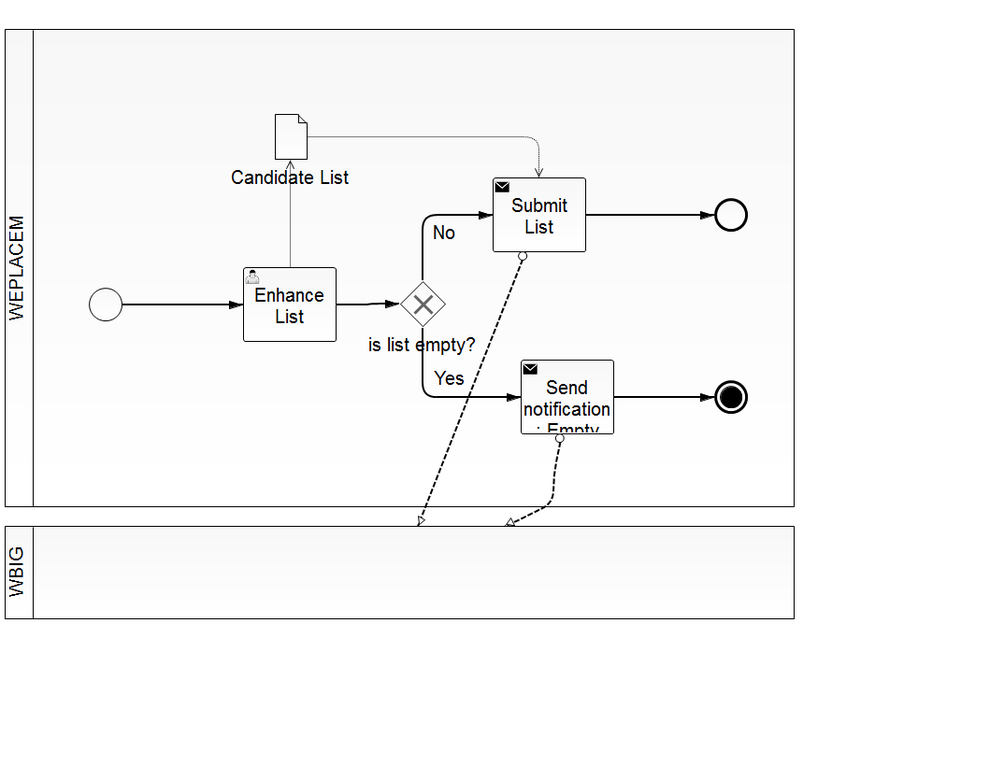
Earlier version of the BPMN export src/main/resources/prepare_list.png (SandraLe/WEPLACM). Its source is kept beside it as src/main/resources/prepare_list.bpmn. Ids are renumbered.
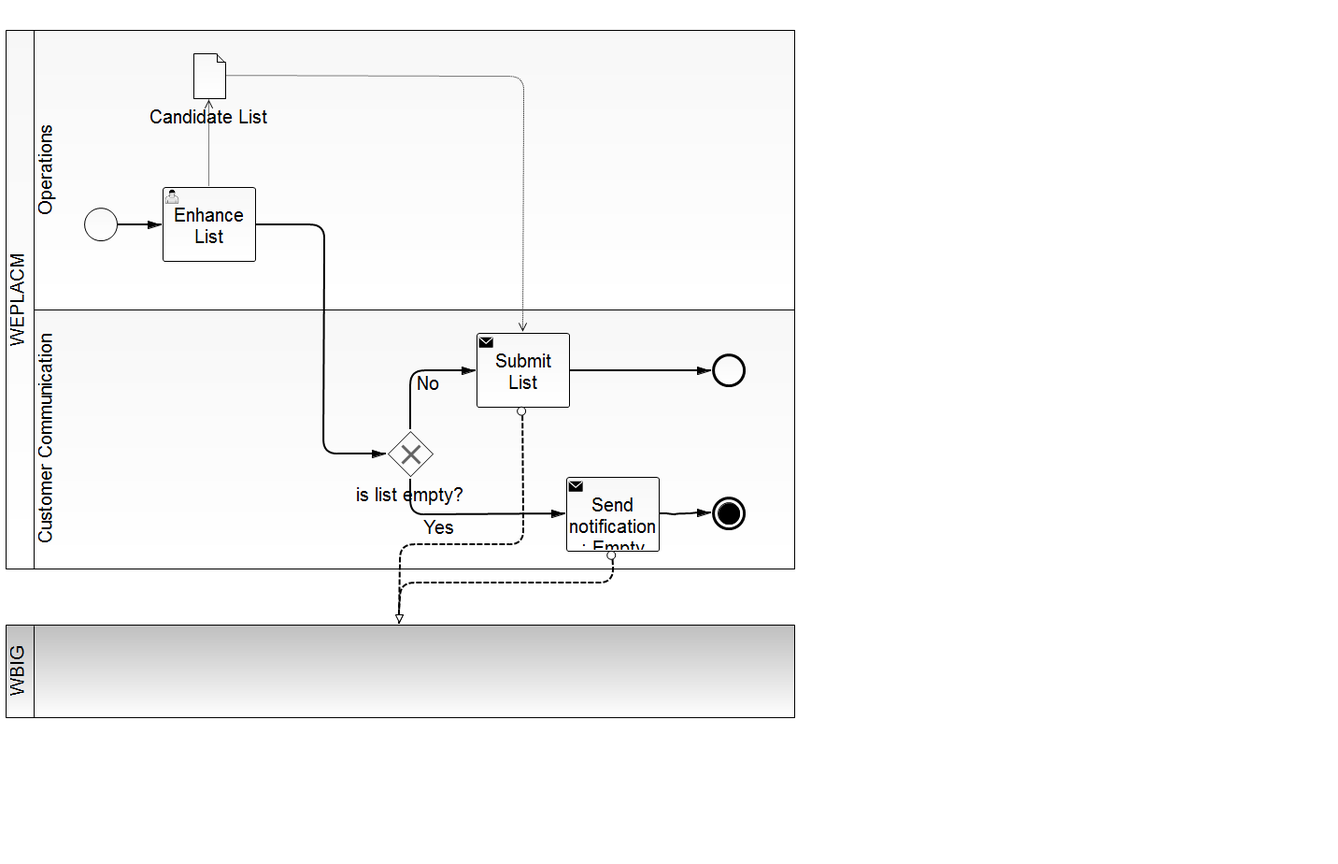
The same file after the commit.

The edit, as a diff of the source:
```diff
@@ -1,22 +1,22 @@
 <bpmn2:definitions xmlns:xsi="http://www.w3.org/2001/XMLSchema-instance" xmlns:bpmn2="http://www.omg.org/spec/BPMN/20100524/MODEL" xmlns:bpmndi="http://www.omg.org/spec/BPMN/20100524/DI" xmlns:dc="http://www.omg.org/spec/DD/20100524/DC" xmlns:di="http://www.omg.org/spec/DD/20100524/DI" xsi:schemaLocation="http://www.omg.org/spec/BPMN/20100524/MODEL BPMN20.xsd" id="_vGd_sAk-EeWftNyabiApZA" exporter="camunda modeler" exporterVersion="2.7.0" targetNamespace="http://activiti.org/bpmn">
   <bpmn2:collaboration id="_Collaboration_3">
-    <bpmn2:participant id="_Participant_3" name="WEPLACEM" processRef="prepare_list"/>
-    <bpmn2:participant id="Participant_1" name="WBIG"/>
-    <bpmn2:messageFlow id="MessageFlow_3" name="" sourceRef="SubmitList" targetRef="Participant_1"/>
-    <bpmn2:messageFlow id="MessageFlow_4" name="" sourceRef="EmptyList" targetRef="Participant_1"/>
+    <bpmn2:participant id="WEPLACM" name="WEPLACM" processRef="prepare_list"/>
+    <bpmn2:participant id="WBIG" name="WBIG"/>
+    <bpmn2:messageFlow id="MessageFlow_3" name="" sourceRef="SubmitList" targetRef="WBIG"/>
+    <bpmn2:messageFlow id="MessageFlow_4" name="" sourceRef="SendNotificationEmptyList" targetRef="WBIG"/>
   </bpmn2:collaboration>
   <bpmn2:process id="prepare_list" isExecutable="true">
     <bpmn2:laneSet id="LaneSet_1" name="Lane Set 1">
       <bpmn2:lane id="Operations" name="Operations">
         <bpmn2:flowNodeRef>EnhanceList</bpmn2:flowNodeRef>
-        <bpmn2:flowNodeRef>StartEvent_1</bpmn2:flowNodeRef>
+        <bpmn2:flowNodeRef>StartEvent_PrepareList</bpmn2:flowNodeRef>
       </bpmn2:lane>
       <bpmn2:lane id="CustomerCommunication" name="Customer Communication">
         <bpmn2:flowNodeRef>SubmitList</bpmn2:flowNodeRef>
         <bpmn2:flowNodeRef>IsListEmpty</bpmn2:flowNodeRef>
-        <bpmn2:flowNodeRef>EmptyList</bpmn2:flowNodeRef>
+        <bpmn2:flowNodeRef>SendNotificationEmptyList</bpmn2:flowNodeRef>
         <bpmn2:flowNodeRef>EndEvent_2</bpmn2:flowNodeRef>
-        <bpmn2:flowNodeRef>EndEvent_1</bpmn2:flowNodeRef>
+        <bpmn2:flowNodeRef>EndEvent_PrepareList</bpmn2:flowNodeRef>
       </bpmn2:lane>
     </bpmn2:laneSet>
     <bpmn2:dataObject id="DataObject_1" name="Candidate List"/>
@@ -29,10 +29,10 @@
       </bpmn2:dataOutputAssociation>
     </bpmn2:userTask>
     <bpmn2:sequenceFlow id="SequenceFlow_3" name="" sourceRef="EnhanceList" targetRef="IsListEmpty"/>
-    <bpmn2:startEvent id="StartEvent_1">
+    <bpmn2:startEvent id="StartEvent_PrepareList">
       <bpmn2:outgoing>SequenceFlow_1</bpmn2:outgoing>
     </bpmn2:startEvent>
-    <bpmn2:sequenceFlow id="SequenceFlow_1" name="" sourceRef="StartEvent_1" targetRef="EnhanceList"/>
+    <bpmn2:sequenceFlow id="SequenceFlow_1" name="" sourceRef="StartEvent_PrepareList" targetRef="EnhanceList"/>
     <bpmn2:dataObjectReference id="CandidateList" name="Candidate List" dataObjectRef="DataObject_1"/>
     <bpmn2:sendTask id="SubmitList" name="Submit List">
       <bpmn2:incoming>SequenceFlow_4</bpmn2:incoming>
@@ -41,30 +41,30 @@
         <bpmn2:sourceRef>CandidateList</bpmn2:sourceRef>
       </bpmn2:dataInputAssociation>
     </bpmn2:sendTask>
-    <bpmn2:sequenceFlow id="SequenceFlow_6" name="" sourceRef="SubmitList" targetRef="EndEvent_1"/>
+    <bpmn2:sequenceFlow id="SequenceFlow_6" name="" sourceRef="SubmitList" targetRef="EndEvent_PrepareList"/>
     <bpmn2:exclusiveGateway id="IsListEmpty" name="is list empty?">
       <bpmn2:incoming>SequenceFlow_3</bpmn2:incoming>
       <bpmn2:outgoing>SequenceFlow_4</bpmn2:outgoing>
       <bpmn2:outgoing>SequenceFlow_5</bpmn2:outgoing>
     </bpmn2:exclusiveGateway>
     <bpmn2:sequenceFlow id="SequenceFlow_4" name="No" sourceRef="IsListEmpty" targetRef="SubmitList"/>
-    <bpmn2:sequenceFlow id="SequenceFlow_5" name="Yes" sourceRef="IsListEmpty" targetRef="EmptyList"/>
-    <bpmn2:sendTask id="EmptyList" name="Send notification: Empty List">
+    <bpmn2:sequenceFlow id="SequenceFlow_5" name="Yes" sourceRef="IsListEmpty" targetRef="SendNotificationEmptyList"/>
+    <bpmn2:sendTask id="SendNotificationEmptyList" name="Send notification: Empty List">
       <bpmn2:incoming>SequenceFlow_5</bpmn2:incoming>
       <bpmn2:outgoing>SequenceFlow_7</bpmn2:outgoing>
     </bpmn2:sendTask>
-    <bpmn2:sequenceFlow id="SequenceFlow_7" name="" sourceRef="EmptyList" targetRef="EndEvent_2"/>
+    <bpmn2:sequenceFlow id="SequenceFlow_7" name="" sourceRef="SendNotificationEmptyList" targetRef="EndEvent_2"/>
     <bpmn2:endEvent id="EndEvent_2">
       <bpmn2:incoming>SequenceFlow_7</bpmn2:incoming>
       <bpmn2:terminateEventDefinition id="TerminateEventDefinition_1"/>
     </bpmn2:endEvent>
-    <bpmn2:endEvent id="EndEvent_1">
+    <bpmn2:endEvent id="EndEvent_PrepareList">
       <bpmn2:incoming>SequenceFlow_6</bpmn2:incoming>
     </bpmn2:endEvent>
   </bpmn2:process>
   <bpmndi:BPMNDiagram id="BPMNDiagram_1">
     <bpmndi:BPMNPlane id="BPMNPlane_1" bpmnElement="_Collaboration_3">
-      <bpmndi:BPMNShape id="_BPMNShape_StartEvent_7" bpmnElement="StartEvent_1">
+      <bpmndi:BPMNShape id="_BPMNShape_StartEvent_7" bpmnElement="StartEvent_PrepareList">
         <dc:Bounds height="36.0" width="36.0" x="84.0" y="190.0"/>
         <bpmndi:BPMNLabel>
           <dc:Bounds height="0.0" width="0.0" x="102.0" y="231.0"/>
@@ -73,7 +73,7 @@
       <bpmndi:BPMNShape id="_BPMNShape_Task_3" bpmnElement="EnhanceList">
         <dc:Bounds height="80.0" width="100.0" x="168.0" y="168.0"/>
       </bpmndi:BPMNShape>
-      <bpmndi:BPMNShape id="_BPMNShape_EndEvent_6" bpmnElement="EndEvent_1">
+      <bpmndi:BPMNShape id="_BPMNShape_EndEvent_6" bpmnElement="EndEvent_PrepareList">
         <dc:Bounds height="36.0" width="36.0" x="756.0" y="346.0"/>
         <bpmndi:BPMNLabel>
           <dc:Bounds height="0.0" width="0.0" x="774.0" y="387.0"/>
@@ -112,7 +112,7 @@
           <dc:Bounds height="29.0" width="30.0" x="438.0" y="364.0"/>
         </bpmndi:BPMNLabel>
       </bpmndi:BPMNEdge>
-      <bpmndi:BPMNShape id="_BPMNShape_SendTask_5" bpmnElement="EmptyList">
+      <bpmndi:BPMNShape id="_BPMNShape_SendTask_5" bpmnElement="SendNotificationEmptyList">
         <dc:Bounds height="80.0" width="100.0" x="600.0" y="478.0"/>
       </bpmndi:BPMNShape>
       <bpmndi:BPMNEdge id="BPMNEdge_SequenceFlow_5" bpmnElement="SequenceFlow_5" sourceElement="_BPMNShape_ExclusiveGateway_4" targetElement="_BPMNShape_SendTask_5">
@@ -160,10 +160,10 @@
         <di:waypoint xsi:type="dc:Point" x="554.0" y="49.0"/>
         <di:waypoint xsi:type="dc:Point" x="554.0" y="324.0"/>
       </bpmndi:BPMNEdge>
-      <bpmndi:BPMNShape id="_BPMNShape_Participant_4" bpmnElement="_Participant_3" isHorizontal="true">
+      <bpmndi:BPMNShape id="_BPMNShape_Participant_4" bpmnElement="WEPLACM" isHorizontal="true">
         <dc:Bounds height="577.0" width="845.0" x="0.0" y="0.0"/>
       </bpmndi:BPMNShape>
-      <bpmndi:BPMNShape id="_BPMNShape_Participant_5" bpmnElement="Participant_1" isHorizontal="true">
+      <bpmndi:BPMNShape id="_BPMNShape_Participant_5" bpmnElement="WBIG" isHorizontal="true">
         <dc:Bounds height="100.0" width="845.0" x="0.0" y="636.0"/>
       </bpmndi:BPMNShape>
       <bpmndi:BPMNShape id="_BPMNShape_Lane_5" bpmnElement="Operations" isHorizontal="true">
```
